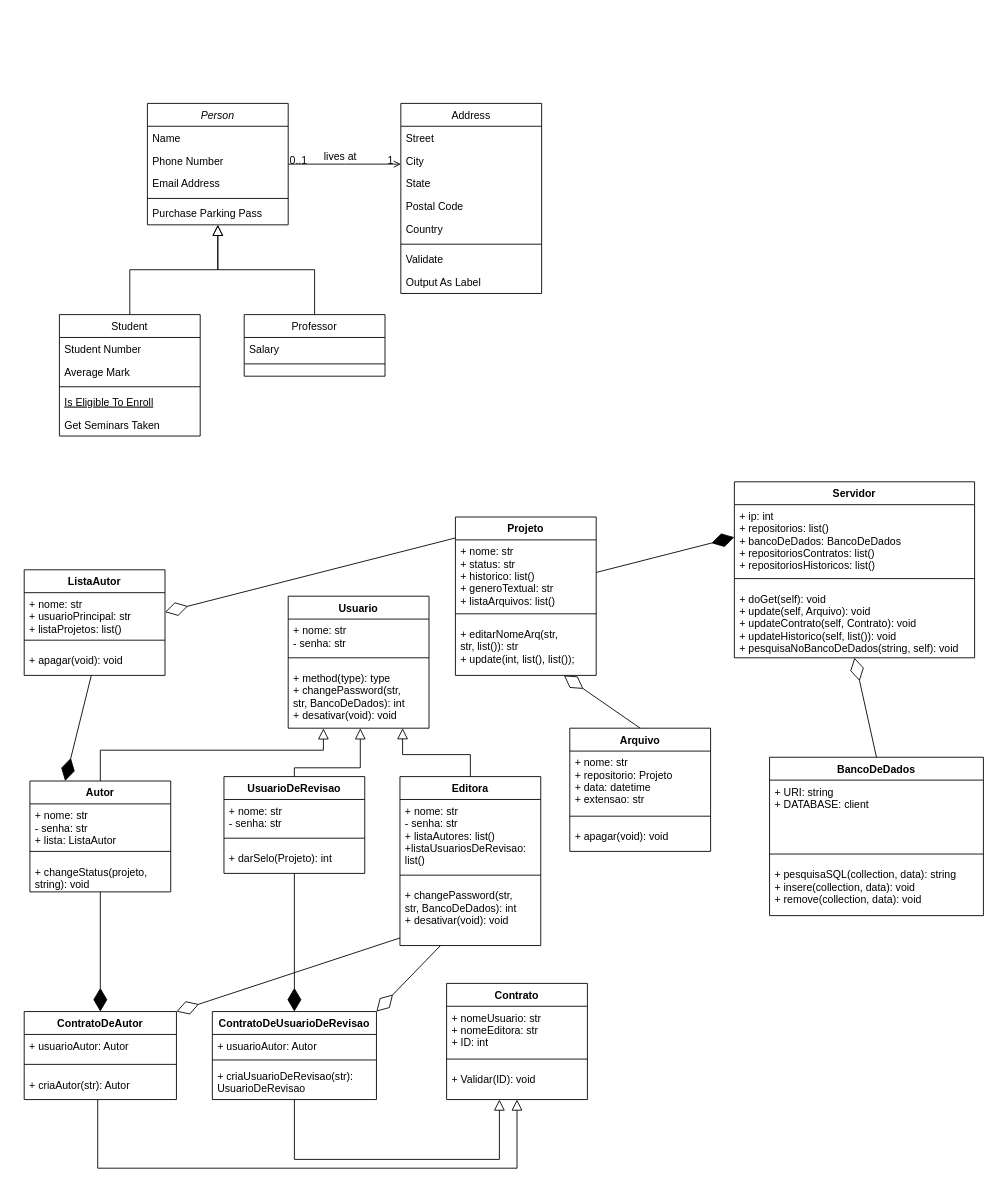
bruniculos08/PPR0001 keeps this draw.io diagram as Diagrama de Classes.drawio. Above is the earlier version. Source tidied: cells renumbered, new cells numbered last; positions are measured from the earlier drawing's top-left corner, leaving out a move shared by most shapes. Both pictures are drawn from the tidied source at 88%, with x=0, y=0 at pixel (24, 103).
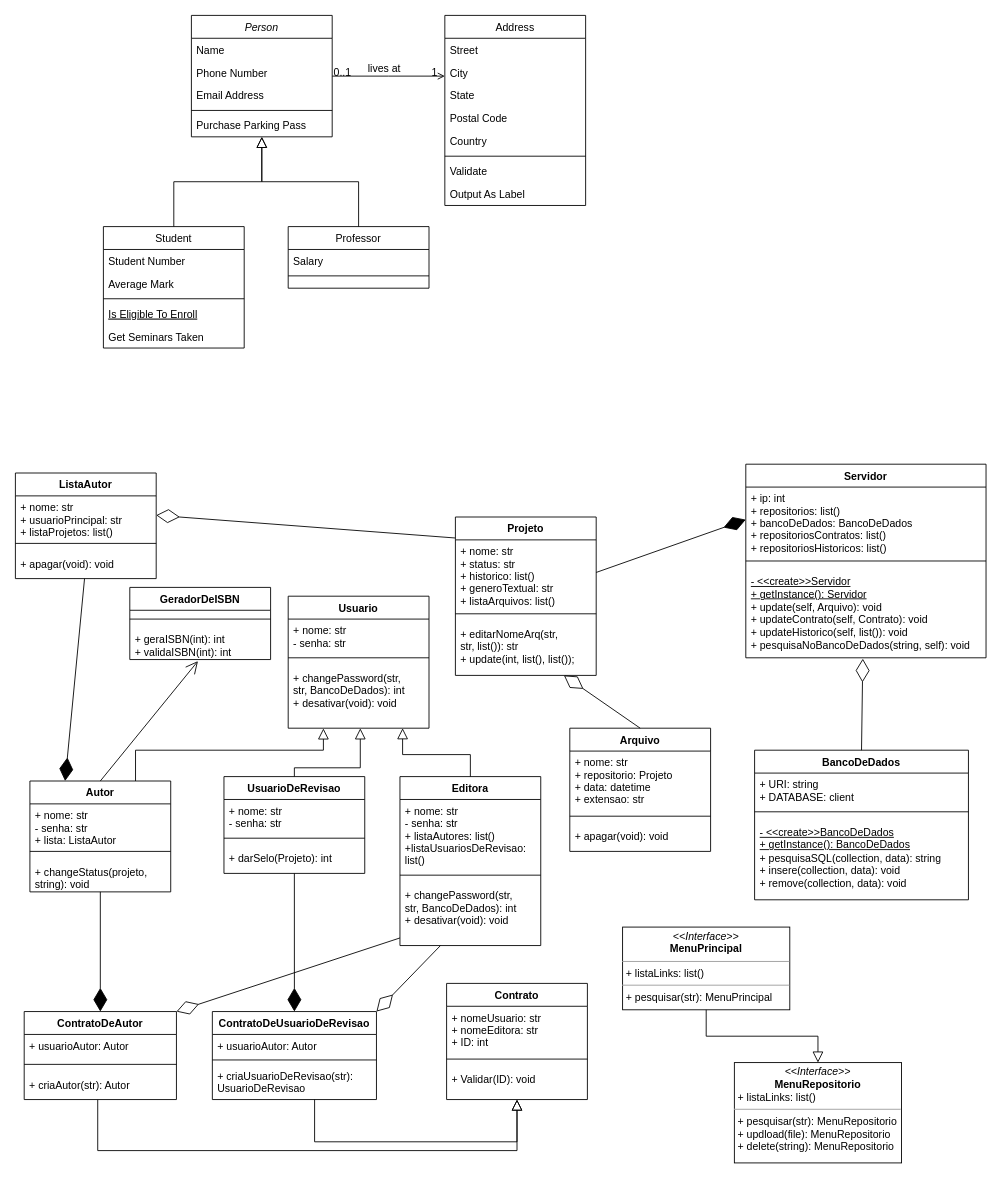
The same page after the edit.

Unchanged cells that the change refers to:
```xml
<mxCell id="32" value="Usuario" style="swimlane;fontStyle=1;align=center;verticalAlign=top;horizontal=1;startSize=26;" parent="1" vertex="1">
  <mxGeometry x="300" y="560" width="160" height="150" as="geometry" />
</mxCell>
<mxCell id="36" value="Autor" style="swimlane;fontStyle=1;align=center;verticalAlign=top;horizontal=1;startSize=26;" parent="1" vertex="1">
  <mxGeometry x="6.5" y="770" width="160" height="126" as="geometry" />
</mxCell>
<mxCell id="61" value="+ criaAutor(str): Autor" style="text;strokeColor=none;fillColor=none;align=left;verticalAlign=top;spacingLeft=4;spacingRight=4;overflow=hidden;points=[[0,0.5],[1,0.5]];portConstraint=eastwest;" parent="58" vertex="1">
  <mxGeometry y="70" width="173" height="30" as="geometry" />
</mxCell>
<mxCell id="65" value="+ Validar(ID): void" style="text;strokeColor=none;fillColor=none;align=left;verticalAlign=top;spacingLeft=4;spacingRight=4;overflow=hidden;points=[[0,0.5],[1,0.5]];portConstraint=eastwest;" parent="62" vertex="1">
  <mxGeometry y="96" width="160" height="36" as="geometry" />
</mxCell>
<mxCell id="82" value="+ criaUsuarioDeRevisao(str): &#10;UsuarioDeRevisao" style="text;strokeColor=none;fillColor=none;align=left;verticalAlign=top;spacingLeft=4;spacingRight=4;overflow=hidden;points=[[0,0.5],[1,0.5]];portConstraint=eastwest;" parent="79" vertex="1">
  <mxGeometry y="60" width="186.5" height="40" as="geometry" />
</mxCell>
```

Change to the diagram source:
```diff
@@
     <mxCell id="2" value="Person" style="swimlane;fontStyle=2;align=center;verticalAlign=top;horizontal=1;startSize=26;rounded=0;shadow=0;strokeWidth=1;" parent="1" vertex="1">
-      <mxGeometry x="140" width="160" height="138" as="geometry" />
+      <mxGeometry x="190" y="-100" width="160" height="138" as="geometry" />
     </mxCell>
@@
     <mxCell id="8" value="Student" style="swimlane;fontStyle=0;align=center;verticalAlign=top;horizontal=1;startSize=26;rounded=0;shadow=0;strokeWidth=1;" parent="1" vertex="1">
-      <mxGeometry x="40" y="240" width="160" height="138" as="geometry" />
+      <mxGeometry x="90" y="140" width="160" height="138" as="geometry" />
     </mxCell>
@@
     <mxCell id="15" value="Professor" style="swimlane;fontStyle=0;align=center;verticalAlign=top;horizontal=1;startSize=26;rounded=0;shadow=0;strokeWidth=1;" parent="1" vertex="1">
-      <mxGeometry x="250" y="240" width="160" height="70" as="geometry" />
+      <mxGeometry x="300" y="140" width="160" height="70" as="geometry" />
     </mxCell>
@@
     <mxCell id="19" value="Address" style="swimlane;fontStyle=0;align=center;verticalAlign=top;horizontal=1;startSize=26;rounded=0;shadow=0;strokeWidth=1;" parent="1" vertex="1">
-      <mxGeometry x="428" width="160" height="216" as="geometry" />
+      <mxGeometry x="478" y="-100" width="160" height="216" as="geometry" />
     </mxCell>
@@
-    <mxCell id="35" value="+ method(type): type&#10;+ changePassword(str,&#10;str, BancoDeDados): int&#10;+ desativar(void): void " style="text;strokeColor=none;fillColor=none;align=left;verticalAlign=top;spacingLeft=4;spacingRight=4;overflow=hidden;points=[[0,0.5],[1,0.5]];portConstraint=eastwest;" parent="32" vertex="1">
+    <mxCell id="35" value="+ changePassword(str,&#10;str, BancoDeDados): int&#10;+ desativar(void): void " style="text;strokeColor=none;fillColor=none;align=left;verticalAlign=top;spacingLeft=4;spacingRight=4;overflow=hidden;points=[[0,0.5],[1,0.5]];portConstraint=eastwest;" parent="32" vertex="1">
       <mxGeometry y="80" width="160" height="70" as="geometry" />
     </mxCell>
@@
-    <mxCell id="40" style="endArrow=block;endSize=10;endFill=0;shadow=0;strokeWidth=1;rounded=0;edgeStyle=elbowEdgeStyle;elbow=vertical;exitX=0.5;exitY=0;exitDx=0;exitDy=0;entryX=0.25;entryY=1.003;entryDx=0;entryDy=0;entryPerimeter=0;" parent="1" edge="1" source="36" target="35">
+    <mxCell id="40" style="endArrow=block;endSize=10;endFill=0;shadow=0;strokeWidth=1;rounded=0;edgeStyle=elbowEdgeStyle;elbow=vertical;exitX=0.75;exitY=0;exitDx=0;exitDy=0;entryX=0.25;entryY=1.003;entryDx=0;entryDy=0;entryPerimeter=0;" parent="1" edge="1" source="36" target="35">
       <mxGeometry relative="1" as="geometry">
         <Array as="points">
+          <mxPoint x="150" y="735" />
           <mxPoint x="387" y="735" />
           <mxPoint x="397" y="765" />
         </Array>
       </mxGeometry>
     </mxCell>
@@
     <mxCell id="50" value="ListaAutor" style="swimlane;fontStyle=1;align=center;verticalAlign=top;horizontal=1;startSize=26;" parent="1" vertex="1">
-      <mxGeometry y="530" width="160" height="120" as="geometry" />
+      <mxGeometry x="-10" y="420" width="160" height="120" as="geometry" />
     </mxCell>
@@
     <mxCell id="75" style="endArrow=block;endSize=10;endFill=0;shadow=0;strokeWidth=1;rounded=0;edgeStyle=elbowEdgeStyle;elbow=vertical;" parent="1" edge="1" source="82" target="65">
       <mxGeometry relative="1" as="geometry">
         <Array as="points">
+          <mxPoint x="330" y="1180" />
           <mxPoint x="540" y="1200" />
           <mxPoint x="450" y="1170" />
           <mxPoint x="230" y="1268.9" />
           <mxPoint x="270" y="1248.9" />
           <mxPoint x="270" y="1278.9" />
           <mxPoint x="280" y="1288.9" />
         </Array>
       </mxGeometry>
     </mxCell>
     <mxCell id="76" style="endArrow=block;endSize=10;endFill=0;shadow=0;strokeWidth=1;rounded=0;edgeStyle=elbowEdgeStyle;elbow=vertical;exitX=0.483;exitY=1.01;exitDx=0;exitDy=0;exitPerimeter=0;" parent="1" edge="1" source="61" target="65">
       <mxGeometry relative="1" as="geometry">
         <Array as="points">
+          <mxPoint x="330" y="1190" />
           <mxPoint x="560" y="1210" />
           <mxPoint x="580" y="1190" />
           <mxPoint x="490" y="1220" />
           <mxPoint x="510" y="1210" />
           <mxPoint x="450" y="1240" />
           <mxPoint x="530" y="1210" />
           <mxPoint x="410" y="1250" />
           <mxPoint x="240" y="1278.9" />
           <mxPoint x="280" y="1258.9" />
           <mxPoint x="280" y="1288.9" />
           <mxPoint x="290" y="1298.9" />
         </Array>
       </mxGeometry>
     </mxCell>
@@
     <mxCell id="84" value="Servidor" style="swimlane;fontStyle=1;align=center;verticalAlign=top;horizontal=1;startSize=26;" parent="1" vertex="1">
-      <mxGeometry x="807" y="430" width="273" height="200" as="geometry" />
+      <mxGeometry x="820" y="410" width="273" height="220" as="geometry" />
     </mxCell>
@@
-    <mxCell id="87" value="+ doGet(self): void&#10;+ update(self, Arquivo): void&#10;+ updateContrato(self, Contrato): void&#10;+ updateHistorico(self, list()): void&#10;+ pesquisaNoBancoDeDados(string, self): void" style="text;strokeColor=none;fillColor=none;align=left;verticalAlign=top;spacingLeft=4;spacingRight=4;overflow=hidden;points=[[0,0.5],[1,0.5]];portConstraint=eastwest;" parent="84" vertex="1">
-      <mxGeometry y="120" width="273" height="80" as="geometry" />
+    <mxCell id="87" value="&lt;u&gt;- &amp;lt;&amp;lt;create&amp;gt;&amp;gt;Servidor&lt;br&gt;+ getInstance(): Servidor&lt;/u&gt;&lt;br&gt;+ update(self, Arquivo): void&lt;br&gt;+ updateContrato(self, Contrato): void&lt;br&gt;+ updateHistorico(self, list()): void&lt;br&gt;+ pesquisaNoBancoDeDados(string, self): void" style="text;strokeColor=none;fillColor=none;align=left;verticalAlign=top;spacingLeft=4;spacingRight=4;overflow=hidden;points=[[0,0.5],[1,0.5]];portConstraint=eastwest;html=1;" parent="84" vertex="1">
+      <mxGeometry y="120" width="273" height="100" as="geometry" />
     </mxCell>
@@
     <mxCell id="89" value="BancoDeDados" style="swimlane;fontStyle=1;align=center;verticalAlign=top;horizontal=1;startSize=26;" parent="1" vertex="1">
-      <mxGeometry x="847" y="743" width="243" height="180" as="geometry" />
+      <mxGeometry x="830" y="735" width="243" height="170" as="geometry" />
     </mxCell>
     <mxCell id="90" value="+ URI: string&#10;+ DATABASE: client" style="text;strokeColor=none;fillColor=none;align=left;verticalAlign=top;spacingLeft=4;spacingRight=4;overflow=hidden;" parent="89" vertex="1">
-      <mxGeometry y="26" width="243" height="74" as="geometry" />
+      <mxGeometry y="26" width="243" height="34" as="geometry" />
     </mxCell>
     <mxCell id="91" style="line;strokeWidth=1;fillColor=none;align=left;verticalAlign=middle;spacingTop=-1;spacingLeft=3;spacingRight=3;labelPosition=right;" parent="89" vertex="1">
-      <mxGeometry y="100" width="243" height="20" as="geometry" />
+      <mxGeometry y="60" width="243" height="20" as="geometry" />
     </mxCell>
-    <mxCell id="92" value="+ pesquisaSQL(collection, data): string&#10;+ insere(collection, data): void&#10;+ remove(collection, data): void" style="text;strokeColor=none;fillColor=none;align=left;verticalAlign=top;spacingLeft=4;spacingRight=4;overflow=hidden;" parent="89" vertex="1">
-      <mxGeometry y="120" width="243" height="60" as="geometry" />
+    <mxCell id="92" value="&lt;u&gt;- &amp;lt;&amp;lt;create&amp;gt;&amp;gt;BancoDeDados&lt;br&gt;+ getInstance(): BancoDeDados&lt;/u&gt;&lt;br&gt;+ pesquisaSQL(collection, data): string&lt;br&gt;+ insere(collection, data): void&lt;br&gt;+ remove(collection, data): void" style="text;strokeColor=none;fillColor=none;align=left;verticalAlign=top;spacingLeft=4;spacingRight=4;overflow=hidden;html=1;fontStyle=0;" parent="89" vertex="1">
+      <mxGeometry y="80" width="243" height="90" as="geometry" />
     </mxCell>
-    <mxCell id="93" style="endArrow=diamondThin;endFill=0;endSize=24;html=1;rounded=0;exitX=0.5;exitY=0;exitDx=0;exitDy=0;" parent="1" edge="1" source="89">
-      <mxGeometry relative="1" as="geometry">
-        <mxPoint x="943.5" y="630" as="targetPoint" />
-      </mxGeometry>
+    <mxCell id="93" style="endArrow=diamondThin;endFill=0;endSize=24;html=1;rounded=0;exitX=0.5;exitY=0;exitDx=0;exitDy=0;entryX=0.487;entryY=1.01;entryDx=0;entryDy=0;entryPerimeter=0;" parent="1" edge="1" source="89" target="87">
+      <mxGeometry relative="1" as="geometry" />
     </mxCell>
+    <mxCell id="94" value="GeradorDeISBN" style="swimlane;fontStyle=1;align=center;verticalAlign=top;horizontal=1;startSize=26;" parent="1" vertex="1">
+      <mxGeometry x="120" y="550" width="160" height="82" as="geometry" />
+    </mxCell>
+    <mxCell id="95" style="line;strokeWidth=1;fillColor=none;align=left;verticalAlign=middle;spacingTop=-1;spacingLeft=3;spacingRight=3;labelPosition=right;" parent="94" vertex="1">
+      <mxGeometry y="26" width="160" height="20" as="geometry" />
+    </mxCell>
+    <mxCell id="96" value="+ geraISBN(int): int&#10;+ validaISBN(int): int" style="text;strokeColor=none;fillColor=none;align=left;verticalAlign=top;spacingLeft=4;spacingRight=4;overflow=hidden;points=[[0,0.5],[1,0.5]];portConstraint=eastwest;" parent="94" vertex="1">
+      <mxGeometry y="46" width="160" height="36" as="geometry" />
+    </mxCell>
+    <mxCell id="97" style="endArrow=open;endFill=1;endSize=12;html=1;rounded=0;exitX=0.5;exitY=0;exitDx=0;exitDy=0;entryX=0.484;entryY=1.049;entryDx=0;entryDy=0;entryPerimeter=0;" parent="1" edge="1" source="36" target="96">
+      <mxGeometry relative="1" as="geometry" />
+    </mxCell>
+    <mxCell id="98" value="&lt;p style=&quot;margin: 0px ; margin-top: 4px ; text-align: center&quot;&gt;&lt;i&gt;&amp;lt;&amp;lt;Interface&amp;gt;&amp;gt;&lt;/i&gt;&lt;br&gt;&lt;b&gt;MenuPrincipal&lt;/b&gt;&lt;/p&gt;&lt;hr size=&quot;1&quot;&gt;&lt;p style=&quot;margin: 0px ; margin-left: 4px&quot;&gt;+ listaLinks: list()&lt;/p&gt;&lt;hr size=&quot;1&quot;&gt;&lt;p style=&quot;margin: 0px ; margin-left: 4px&quot;&gt;+ pesquisar(str): MenuPrincipal&lt;/p&gt;&lt;p style=&quot;margin: 0px ; margin-left: 4px&quot;&gt;&lt;br&gt;&lt;br&gt;&lt;/p&gt;" style="verticalAlign=top;align=left;overflow=fill;fontSize=12;fontFamily=Helvetica;html=1;" parent="1" vertex="1">
+      <mxGeometry x="680" y="936" width="190" height="94" as="geometry" />
+    </mxCell>
+    <mxCell id="99" value="&lt;p style=&quot;margin: 0px ; margin-top: 4px ; text-align: center&quot;&gt;&lt;i&gt;&amp;lt;&amp;lt;Interface&amp;gt;&amp;gt;&lt;/i&gt;&lt;br&gt;&lt;b&gt;MenuRepositorio&lt;/b&gt;&lt;/p&gt;&lt;p style=&quot;margin: 0px ; margin-left: 4px&quot;&gt;+ listaLinks: list()&lt;/p&gt;&lt;hr size=&quot;1&quot;&gt;&lt;p style=&quot;margin: 0px ; margin-left: 4px&quot;&gt;+ pesquisar(str): MenuRepositorio&lt;/p&gt;&lt;p style=&quot;margin: 0px ; margin-left: 4px&quot;&gt;+ updload(file): MenuRepositorio&lt;/p&gt;&lt;p style=&quot;margin: 0px ; margin-left: 4px&quot;&gt;+ delete(string): MenuRepositorio&lt;/p&gt;&lt;p style=&quot;margin: 0px ; margin-left: 4px&quot;&gt;&lt;br&gt;&lt;br&gt;&lt;/p&gt;" style="verticalAlign=top;align=left;overflow=fill;fontSize=12;fontFamily=Helvetica;html=1;" parent="1" vertex="1">
+      <mxGeometry x="807" y="1090" width="190" height="114" as="geometry" />
+    </mxCell>
+    <mxCell id="100" style="endArrow=block;endSize=10;endFill=0;shadow=0;strokeWidth=1;rounded=0;edgeStyle=elbowEdgeStyle;elbow=vertical;exitX=0.5;exitY=1;exitDx=0;exitDy=0;entryX=0.5;entryY=0;entryDx=0;entryDy=0;" parent="1" edge="1" source="98" target="99">
+      <mxGeometry relative="1" as="geometry">
+        <Array as="points">
+          <mxPoint x="920" y="1060" />
+          <mxPoint x="1156.4" y="1308" />
+          <mxPoint x="1176.4" y="1288" />
+          <mxPoint x="1086.4" y="1318" />
+          <mxPoint x="1106.4" y="1308" />
+          <mxPoint x="1046.4" y="1338" />
+          <mxPoint x="1126.4" y="1308" />
+          <mxPoint x="1006.4" y="1348" />
+          <mxPoint x="836.4" y="1376.9" />
+          <mxPoint x="876.4" y="1356.9" />
+          <mxPoint x="876.4" y="1386.9" />
+          <mxPoint x="886.4" y="1396.9" />
+        </Array>
+      </mxGeometry>
+    </mxCell>
```
